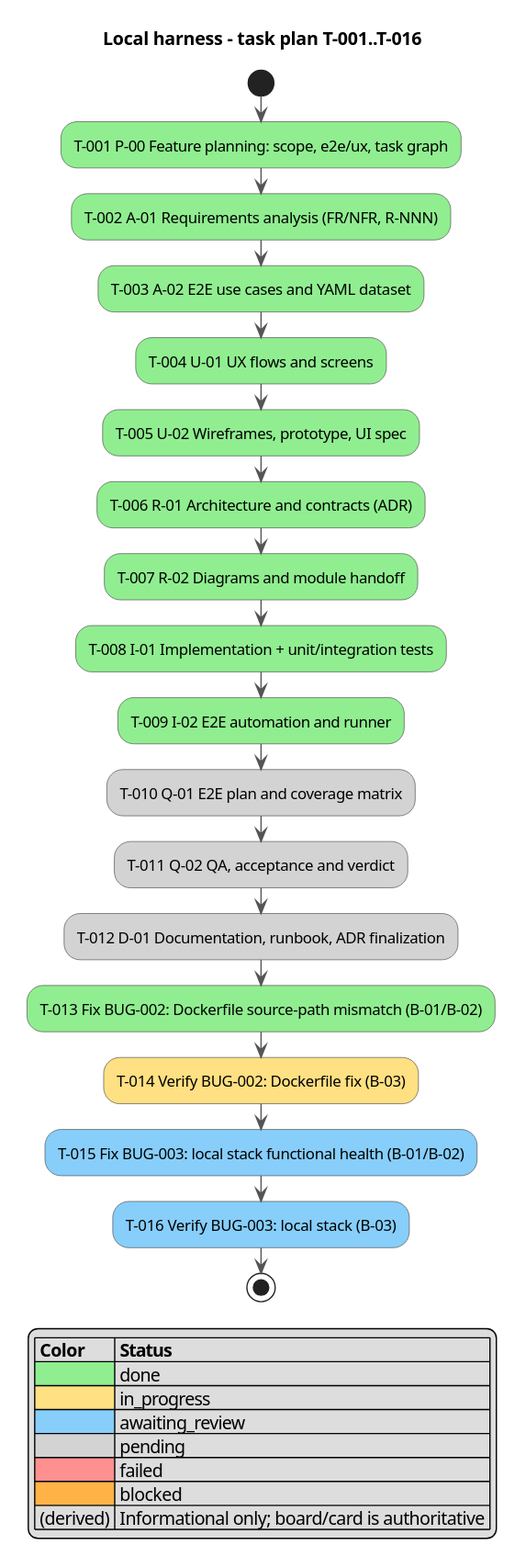
The PlantUML diagram docs/activity.svg in serge-sasov/ai-task-tracker, before a commit.
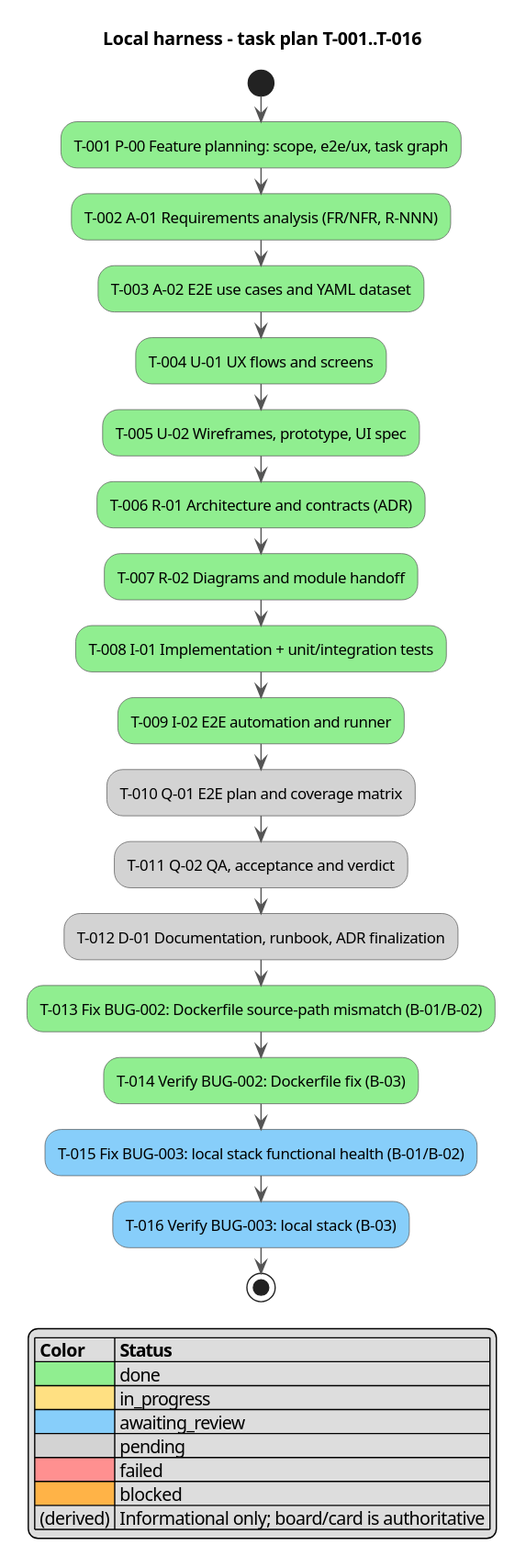
The same file after the commit.

The edit, as a diff of the source:
```diff
@@ -19,7 +19,7 @@
 :T-011 Q-02 QA, acceptance and verdict; <<#D3D3D3>>
 :T-012 D-01 Documentation, runbook, ADR finalization; <<#D3D3D3>>
 :T-013 Fix BUG-002: Dockerfile source-path mismatch (B-01/B-02); <<#90EE90>>
-:T-014 Verify BUG-002: Dockerfile fix (B-03); <<#FFE082>>
+:T-014 Verify BUG-002: Dockerfile fix (B-03); <<#90EE90>>
 :T-015 Fix BUG-003: local stack functional health (B-01/B-02); <<#87CEFA>>
 :T-016 Verify BUG-003: local stack (B-03); <<#87CEFA>>
 stop
```
